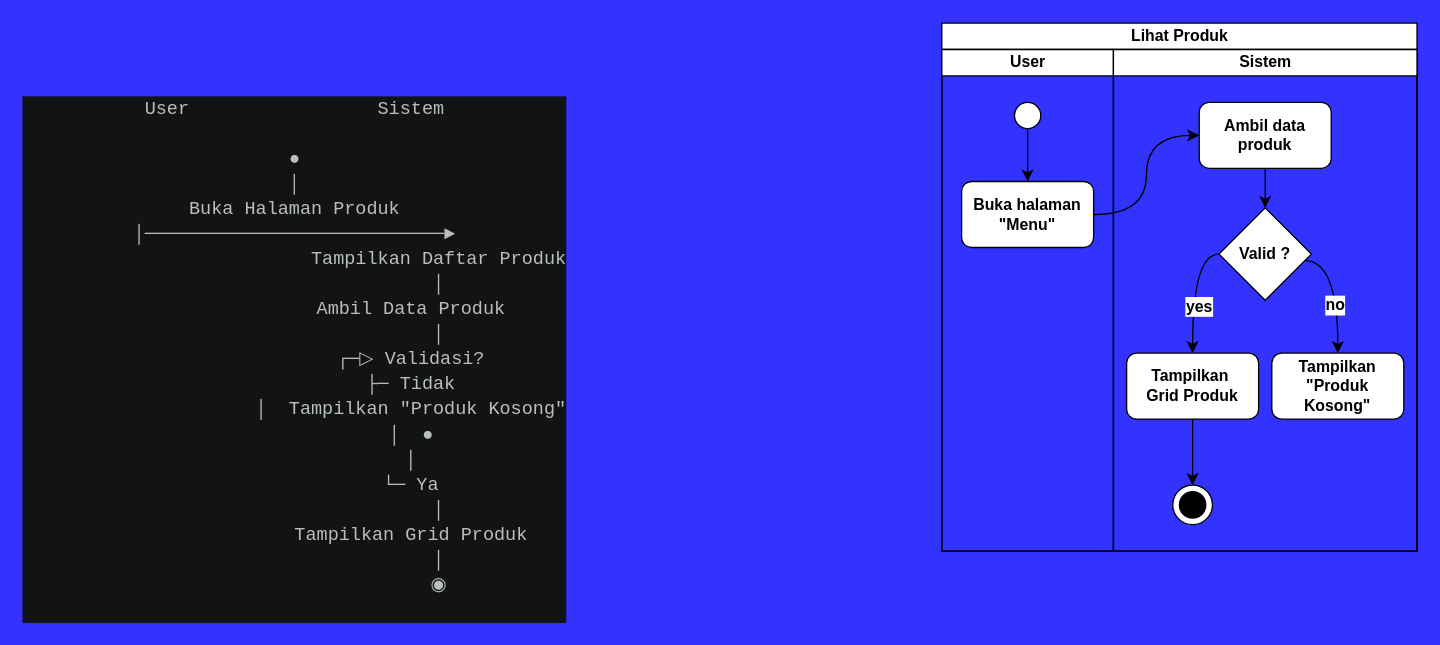
RIOKOWI/warmindo_purnama_flutter keeps this draw.io diagram as page "lihat produk" (5 of 8) of assets/uml/activity-diagram.drawio. Above is the earlier version. Source tidied: cells renumbered, new cells numbered last; positions are measured from the earlier drawing's top-left corner, leaving out a move shared by most shapes. Both pictures are drawn from the tidied source at 132%, with x=0, y=0 at pixel (255, 22).
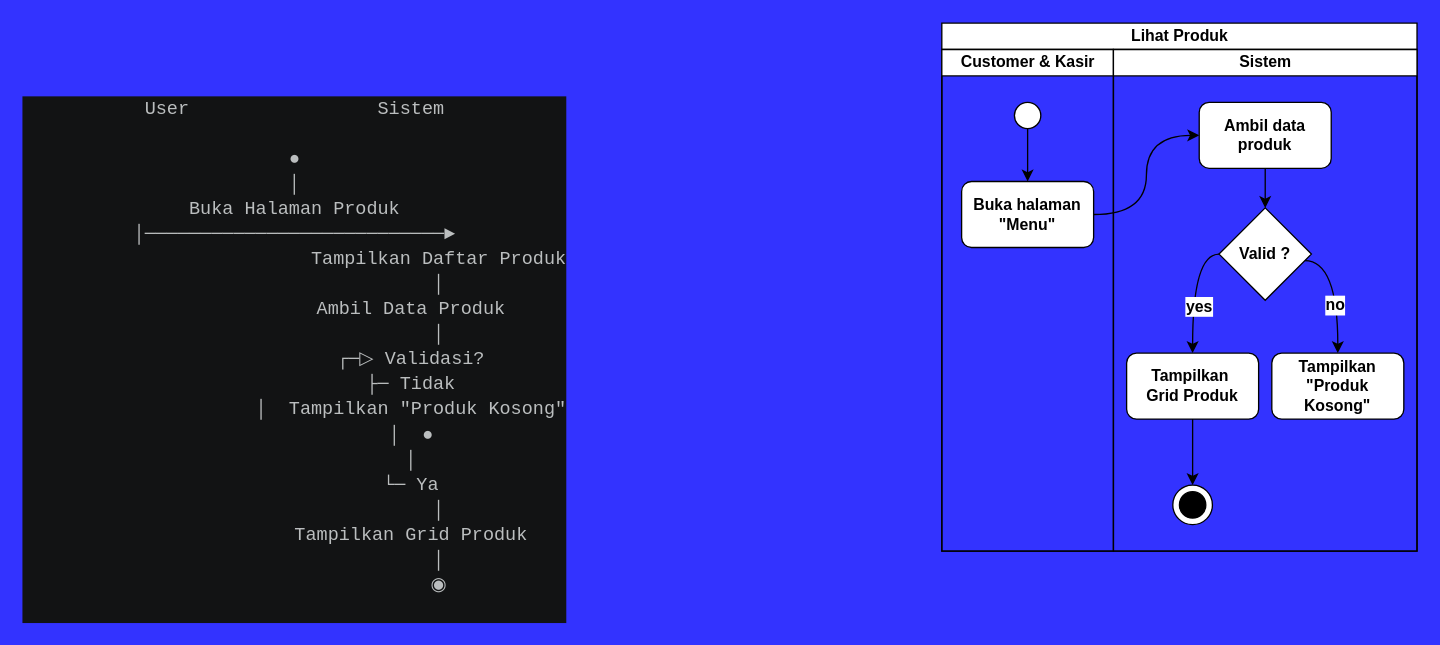
The same diagram, later.

Unchanged cells that the change refers to:
```xml
<mxCell id="3" value="Lihat Produk" style="swimlane;startSize=20;html=1;" parent="1" vertex="1">
  <mxGeometry x="520" width="360" height="400" as="geometry" />
</mxCell>
```

The edit, as a diff of the source:
```diff
@@
-    <mxCell id="4" value="User" style="swimlane;startSize=20;html=1;" parent="3" vertex="1">
+    <mxCell id="4" value="Customer &amp;amp; Kasir" style="swimlane;startSize=20;html=1;" parent="3" vertex="1">
       <mxGeometry y="20" width="130" height="380" as="geometry" />
     </mxCell>
```
